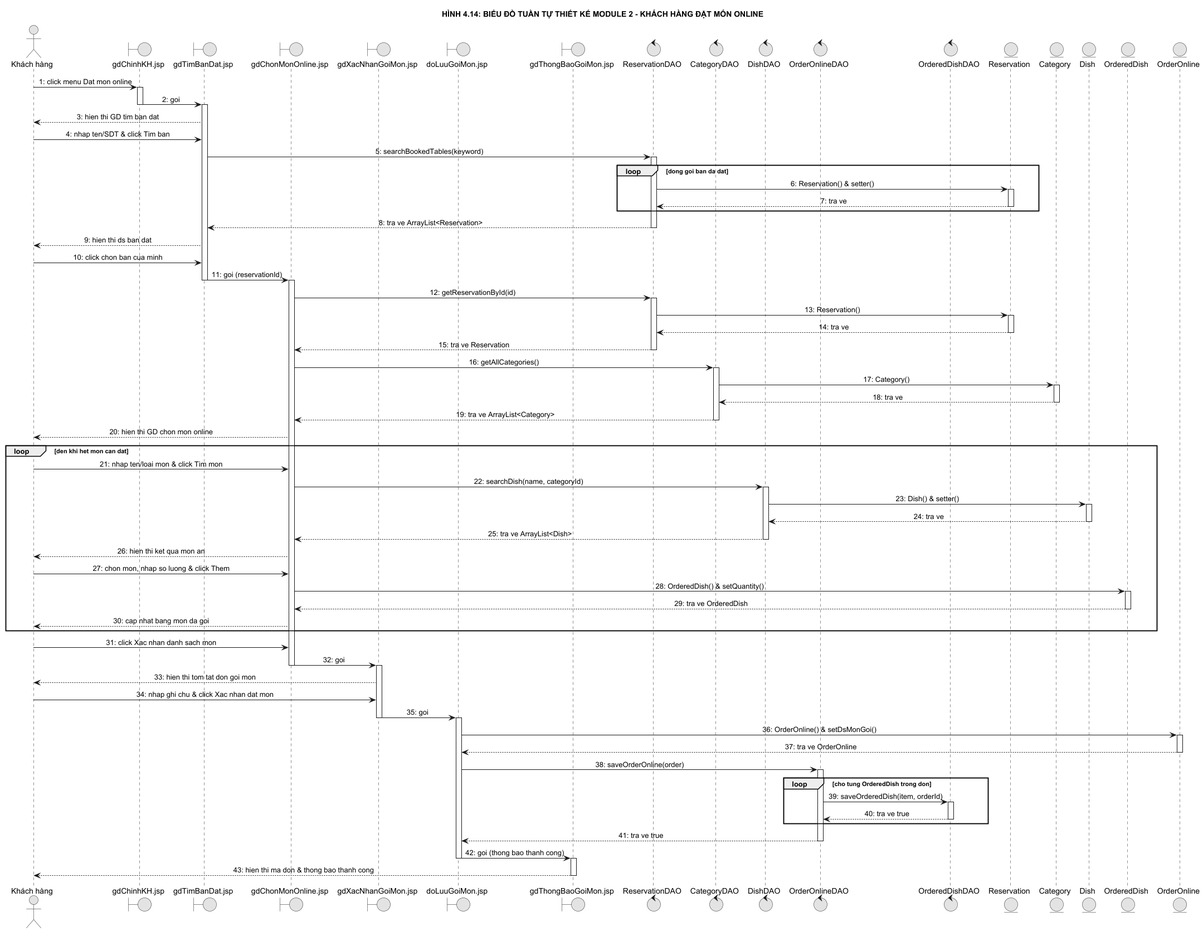
The PlantUML diagram docs/diagrams/Design_06_Module2_Sequence.png in NEWBIE1005/RMS_RestaurantManagementSystem, before a commit.
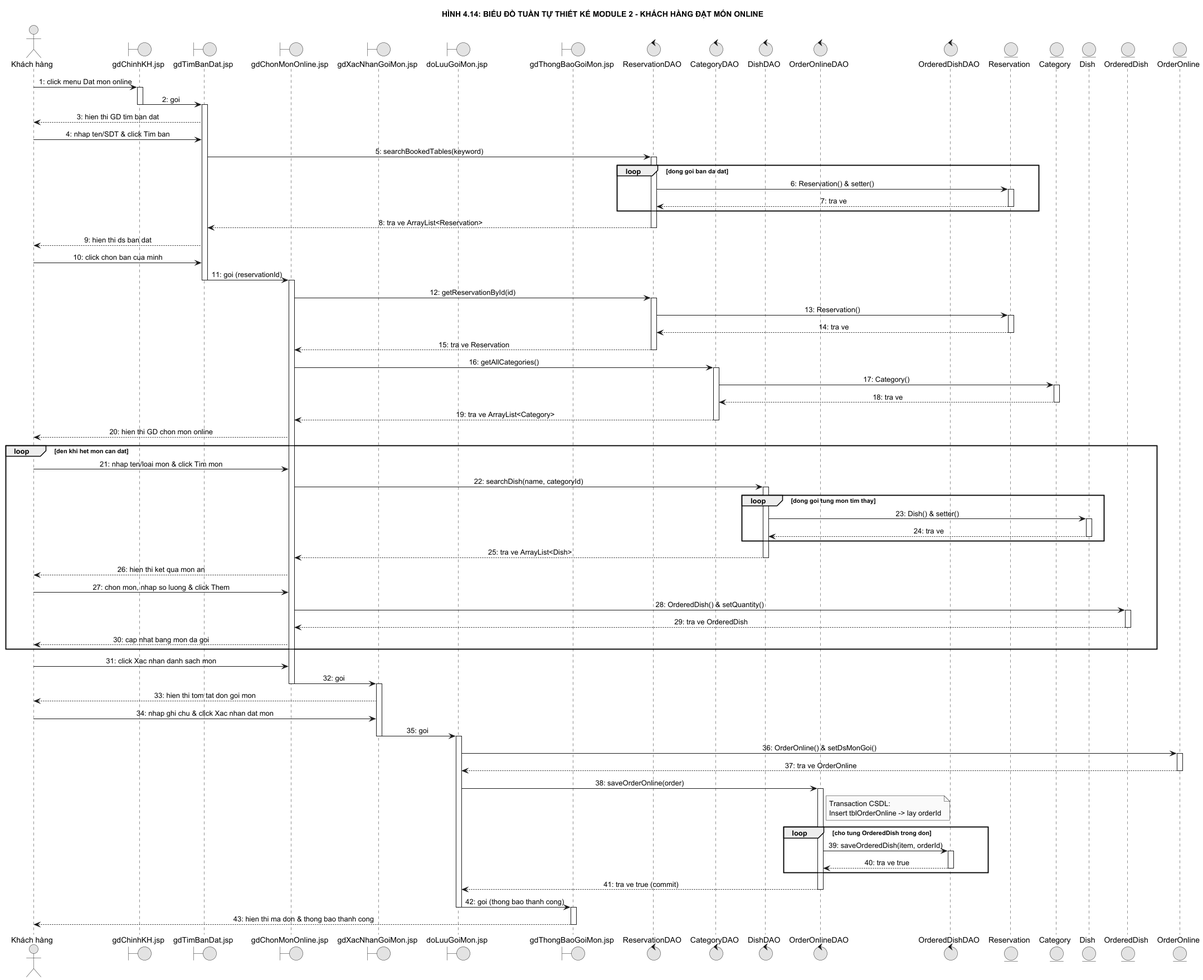
Above is the later version.

What changed in the source:
```diff
@@ -68,10 +68,12 @@
     KH -> gdChonMon : 21: nhap ten/loai mon & click Tim mon
     gdChonMon -> DishDAO : 22: searchDish(name, categoryId)
     activate DishDAO
-    DishDAO -> Dish : 23: Dish() & setter()
-    activate Dish
-    Dish --> DishDAO : 24: tra ve
-    deactivate Dish
+    loop dong goi tung mon tim thay
+        DishDAO -> Dish : 23: Dish() & setter()
+        activate Dish
+        Dish --> DishDAO : 24: tra ve
+        deactivate Dish
+    end
     DishDAO --> gdChonMon : 25: tra ve ArrayList<Dish>
     deactivate DishDAO
     gdChonMon --> KH : 26: hien thi ket qua mon an
@@ -98,13 +100,17 @@
 deactivate Order
 doLuu -> OrdDAO : 38: saveOrderOnline(order)
 activate OrdDAO
+note right of OrdDAO
+  Transaction CSDL:
+  Insert tblOrderOnline -> lay orderId
+end note
 loop cho tung OrderedDish trong don
     OrdDAO -> ItemDAO : 39: saveOrderedDish(item, orderId)
     activate ItemDAO
     ItemDAO --> OrdDAO : 40: tra ve true
     deactivate ItemDAO
 end
-OrdDAO --> doLuu : 41: tra ve true
+OrdDAO --> doLuu : 41: tra ve true (commit)
 deactivate OrdDAO
 doLuu -> gdBao : 42: goi (thong bao thanh cong)
 deactivate doLuu
```
